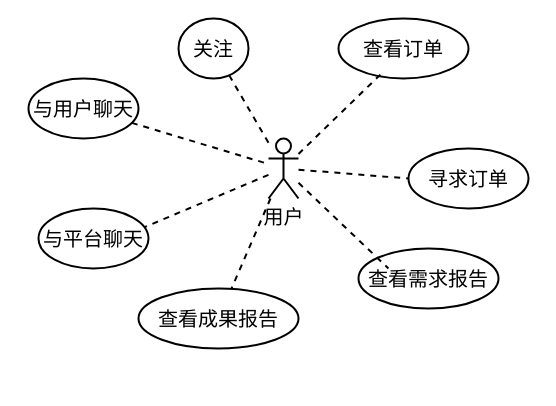
The draw.io diagram 2024-BUAA-SE/需求规格书/用户交互模块-用例图.drawio in jongsh/drawio, before the edit. Source tidied: cells renumbered, new cells numbered last; positions are measured from the earlier drawing's top-left corner, leaving out a move shared by most shapes. Both pictures are drawn from the tidied source at 100%, with x=0, y=0 at pixel (28, 18).
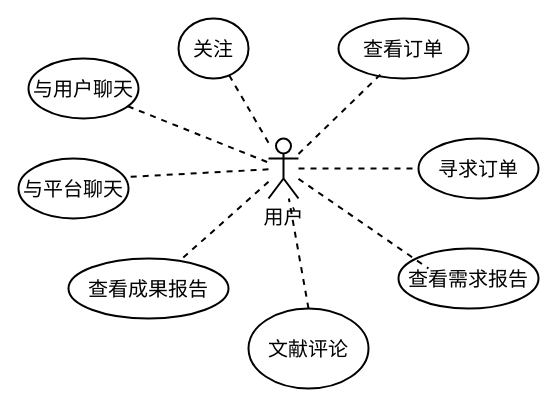
The same page after the edit.

Commit message:
更新用户交互模块-用例图.drawio

What changed in the source:
```diff
@@
 <mxGraphModel>
   <root>
     <mxCell id="0" />
     <mxCell id="1" parent="0" />
     <mxCell id="2" value="用户" style="shape=umlActor;verticalLabelPosition=bottom;verticalAlign=top;html=1;outlineConnect=0;strokeWidth=2;fontSize=20;" parent="1" vertex="1">
       <mxGeometry x="240" y="120" width="30" height="60" as="geometry" />
     </mxCell>
     <mxCell id="3" value="查看订单" style="ellipse;whiteSpace=wrap;html=1;strokeWidth=2;fontSize=20;" parent="1" vertex="1">
       <mxGeometry x="310" width="130" height="60" as="geometry" />
     </mxCell>
     <mxCell id="4" value="寻求订单" style="ellipse;whiteSpace=wrap;html=1;strokeWidth=2;fontSize=20;" parent="1" vertex="1">
-      <mxGeometry x="380" y="130" width="120" height="60" as="geometry" />
+      <mxGeometry x="390" y="120" width="120" height="60" as="geometry" />
     </mxCell>
     <mxCell id="5" value="查看需求报告" style="ellipse;whiteSpace=wrap;html=1;strokeWidth=2;fontSize=20;" parent="1" vertex="1">
-      <mxGeometry x="330" y="230" width="140" height="60" as="geometry" />
+      <mxGeometry x="370" y="230" width="140" height="60" as="geometry" />
     </mxCell>
     <mxCell id="6" value="查看成果&lt;span style=&quot;background-color: initial; font-size: 20px;&quot;&gt;报告&lt;/span&gt;" style="ellipse;whiteSpace=wrap;html=1;strokeWidth=2;fontSize=20;" parent="1" vertex="1">
-      <mxGeometry x="110" y="270" width="160" height="60" as="geometry" />
+      <mxGeometry x="40" y="240" width="160" height="60" as="geometry" />
     </mxCell>
     <mxCell id="7" value="与平台聊天" style="ellipse;whiteSpace=wrap;html=1;strokeWidth=2;fontSize=20;" parent="1" vertex="1">
-      <mxGeometry x="10" y="190" width="110" height="60" as="geometry" />
+      <mxGeometry x="-10" y="140" width="110" height="60" as="geometry" />
     </mxCell>
     <mxCell id="8" value="与用户&lt;span style=&quot;background-color: initial; font-size: 20px;&quot;&gt;聊天&lt;/span&gt;" style="ellipse;whiteSpace=wrap;html=1;strokeWidth=2;fontSize=20;" parent="1" vertex="1">
-      <mxGeometry y="60" width="110" height="60" as="geometry" />
+      <mxGeometry y="40" width="110" height="60" as="geometry" />
     </mxCell>
     <mxCell id="9" value="关注" style="ellipse;whiteSpace=wrap;html=1;strokeWidth=2;fontSize=20;" parent="1" vertex="1">
       <mxGeometry x="150" width="70" height="60" as="geometry" />
     </mxCell>
     <mxCell id="10" style="endArrow=none;dashed=1;html=1;rounded=0;fontSize=20;strokeWidth=2;" parent="1" edge="1" source="9" target="2">
       <mxGeometry relative="1" as="geometry" />
     </mxCell>
     <mxCell id="11" style="endArrow=none;dashed=1;html=1;rounded=0;fontSize=20;strokeWidth=2;" parent="1" edge="1" source="8" target="2">
       <mxGeometry relative="1" as="geometry" />
     </mxCell>
     <mxCell id="12" style="endArrow=none;dashed=1;html=1;rounded=0;entryX=0.964;entryY=0.311;entryDx=0;entryDy=0;entryPerimeter=0;fontSize=20;strokeWidth=2;" parent="1" edge="1" source="2" target="7">
       <mxGeometry relative="1" as="geometry" />
     </mxCell>
     <mxCell id="13" style="endArrow=none;dashed=1;html=1;rounded=0;entryX=0.323;entryY=0.933;entryDx=0;entryDy=0;entryPerimeter=0;fontSize=20;strokeWidth=2;" parent="1" edge="1" source="2" target="3">
       <mxGeometry relative="1" as="geometry" />
     </mxCell>
     <mxCell id="14" style="endArrow=none;dashed=1;html=1;rounded=0;entryX=0;entryY=0.5;entryDx=0;entryDy=0;fontSize=20;strokeWidth=2;" parent="1" edge="1" source="2" target="4">
       <mxGeometry relative="1" as="geometry" />
     </mxCell>
     <mxCell id="15" style="endArrow=none;dashed=1;html=1;rounded=0;fontSize=20;strokeWidth=2;" parent="1" edge="1" source="2" target="6">
       <mxGeometry relative="1" as="geometry" />
     </mxCell>
     <mxCell id="16" style="endArrow=none;dashed=1;html=1;rounded=0;entryX=0.214;entryY=0.333;entryDx=0;entryDy=0;entryPerimeter=0;fontSize=20;strokeWidth=2;" parent="1" edge="1" source="2" target="5">
       <mxGeometry relative="1" as="geometry" />
     </mxCell>
+    <mxCell id="17" value="&lt;font style=&quot;font-size: 20px;&quot;&gt;文献评论&lt;/font&gt;" style="ellipse;whiteSpace=wrap;html=1;strokeWidth=2;" parent="1" vertex="1">
+      <mxGeometry x="220" y="290" width="120" height="80" as="geometry" />
+    </mxCell>
+    <mxCell id="18" style="endArrow=none;dashed=1;html=1;rounded=0;exitX=0.5;exitY=0;exitDx=0;exitDy=0;strokeWidth=2;" parent="1" edge="1" source="17" target="2">
+      <mxGeometry relative="1" as="geometry" />
+    </mxCell>
   </root>
 </mxGraphModel>
```
